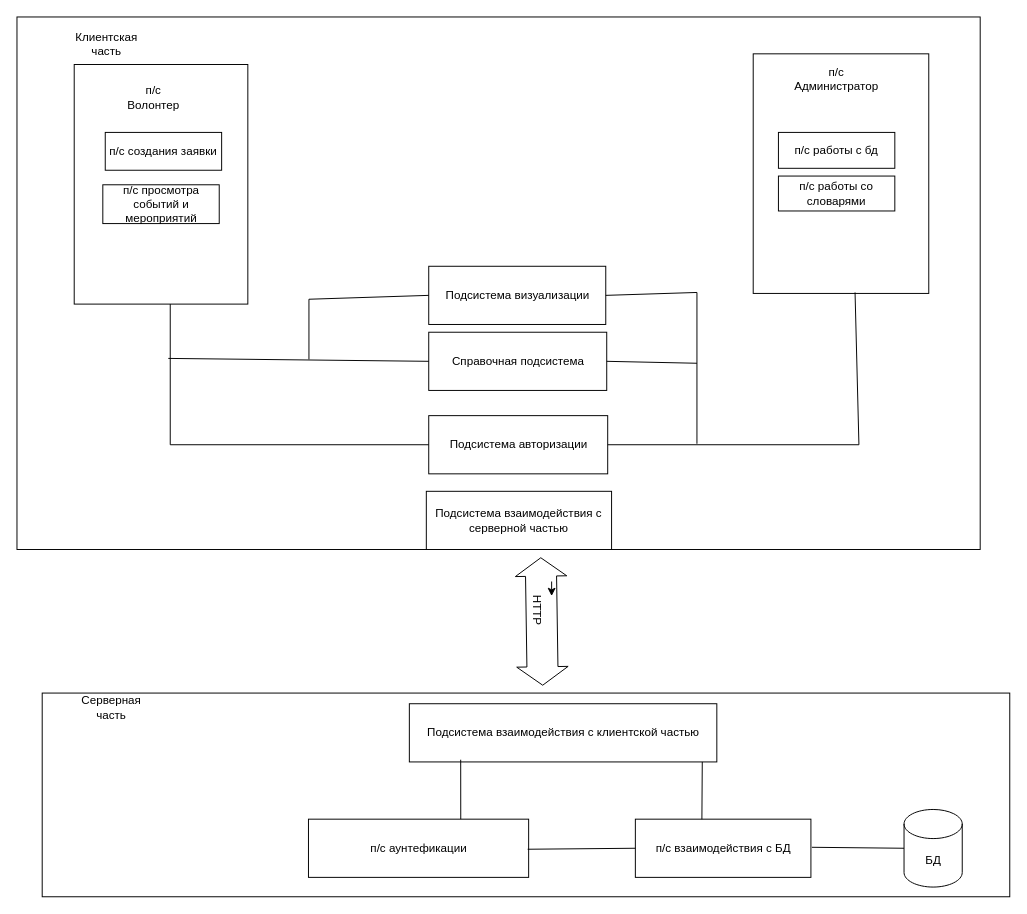
Earlier version of the draw.io diagram ез1.drawio (Alexander-Bankov/draw). Source tidied: cells renumbered, new cells numbered last; positions are measured from the earlier drawing's top-left corner, leaving out a move shared by most shapes. Both pictures are drawn from the tidied source at 97%, with x=0, y=0 at pixel (16, 16).
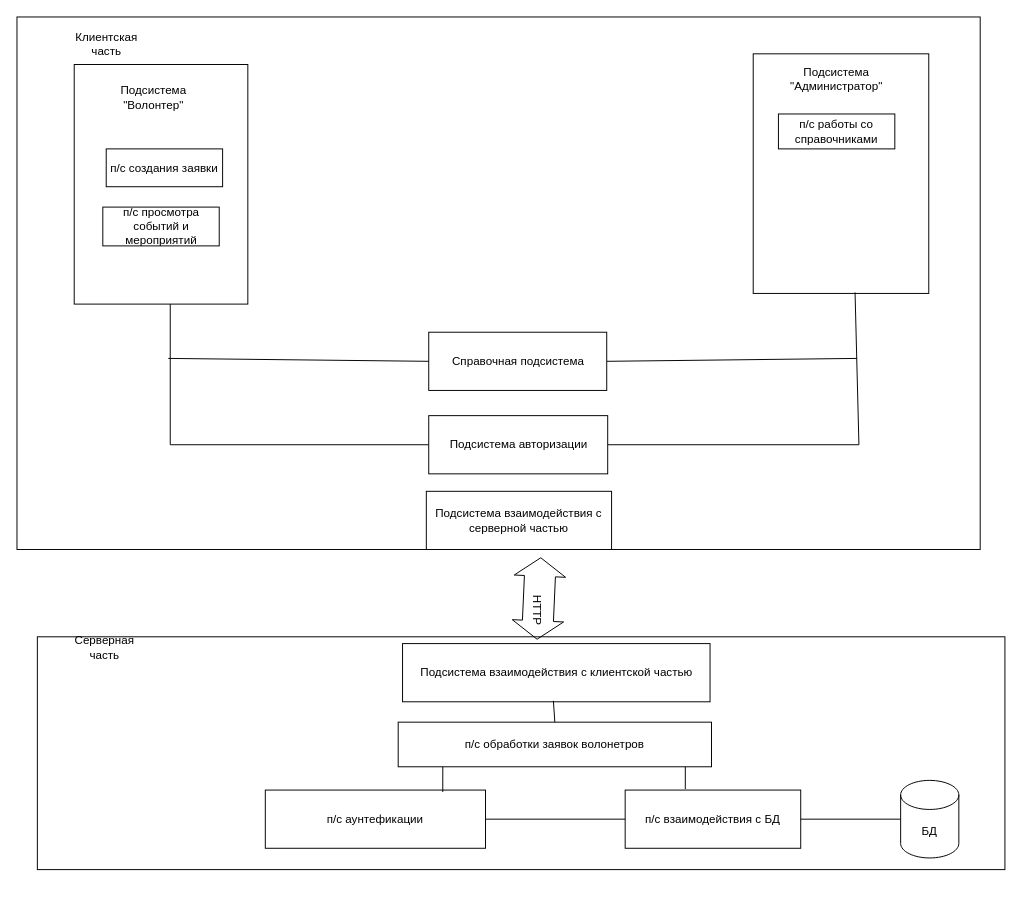
After the change.

The change refers to these unchanged cells:
```xml
<mxCell id="15" value="HTTP" style="text;html=1;align=center;verticalAlign=middle;whiteSpace=wrap;rounded=0;rotation=90;" parent="1" vertex="1">
  <mxGeometry x="506.2" y="597" width="60" height="30" as="geometry" />
</mxCell>
<mxCell id="19" value="Справочная подсистема" style="rounded=0;whiteSpace=wrap;html=1;" parent="1" vertex="1">
  <mxGeometry x="424.5" y="325" width="183.5" height="60" as="geometry" />
</mxCell>
```

Change to the diagram source:
```diff
@@
     <mxCell id="4" style="rounded=0;whiteSpace=wrap;html=1;" parent="1" vertex="1">
-      <mxGeometry x="26" y="697" width="997.5" height="210" as="geometry" />
+      <mxGeometry x="21" y="639" width="997.5" height="240" as="geometry" />
     </mxCell>
     <mxCell id="5" value="Серверная часть" style="text;html=1;align=center;verticalAlign=middle;whiteSpace=wrap;rounded=0;" parent="1" vertex="1">
-      <mxGeometry x="56.5" y="697" width="81" height="30" as="geometry" />
+      <mxGeometry x="49.5" y="635" width="81" height="30" as="geometry" />
     </mxCell>
     <mxCell id="6" value="Подсистема взаимодействия с клиентской частью" style="rounded=0;whiteSpace=wrap;html=1;" parent="1" vertex="1">
-      <mxGeometry x="404.5" y="708" width="317" height="60" as="geometry" />
+      <mxGeometry x="397.5" y="646" width="317" height="60" as="geometry" />
     </mxCell>
     <mxCell id="7" value="БД" style="shape=cylinder3;whiteSpace=wrap;html=1;boundedLbl=1;backgroundOutline=1;size=15;" parent="1" vertex="1">
-      <mxGeometry x="914.5" y="817" width="60" height="80" as="geometry" />
+      <mxGeometry x="911" y="787" width="60" height="80" as="geometry" />
     </mxCell>
     <mxCell id="8" value="п/с аунтефикации" style="rounded=0;whiteSpace=wrap;html=1;" parent="1" vertex="1">
-      <mxGeometry x="300.5" y="827" width="227" height="60" as="geometry" />
+      <mxGeometry x="256" y="797" width="227" height="60" as="geometry" />
     </mxCell>
     <mxCell id="9" value="п/с взаимодействия с БД" style="rounded=0;whiteSpace=wrap;html=1;" parent="1" vertex="1">
-      <mxGeometry x="637.5" y="827" width="181" height="60" as="geometry" />
+      <mxGeometry x="627" y="797" width="181" height="60" as="geometry" />
     </mxCell>
-    <mxCell id="10" style="endArrow=none;html=1;rounded=0;entryX=0;entryY=0.5;entryDx=0;entryDy=0;" parent="1" edge="1" target="9">
-      <mxGeometry relative="1" as="geometry">
-        <mxPoint x="526.5" y="858" as="sourcePoint" />
-      </mxGeometry>
+    <mxCell id="10" style="endArrow=none;html=1;rounded=0;entryX=0;entryY=0.5;entryDx=0;entryDy=0;exitX=1;exitY=0.5;exitDx=0;exitDy=0;" parent="1" edge="1" source="8" target="9">
+      <mxGeometry relative="1" as="geometry" />
     </mxCell>
-    <mxCell id="11" style="endArrow=none;html=1;rounded=0;entryX=0;entryY=0.5;entryDx=0;entryDy=0;entryPerimeter=0;" parent="1" edge="1" target="7">
-      <mxGeometry relative="1" as="geometry">
-        <mxPoint x="819.5" y="856" as="sourcePoint" />
-      </mxGeometry>
+    <mxCell id="11" style="endArrow=none;html=1;rounded=0;entryX=0;entryY=0.5;entryDx=0;entryDy=0;entryPerimeter=0;" parent="1" edge="1" source="9" target="7">
+      <mxGeometry relative="1" as="geometry" />
     </mxCell>
-    <mxCell id="12" style="endArrow=none;html=1;rounded=0;entryX=0.167;entryY=0.962;entryDx=0;entryDy=0;entryPerimeter=0;" parent="1" edge="1" target="6">
-      <mxGeometry relative="1" as="geometry">
-        <mxPoint x="457.5" y="827" as="sourcePoint" />
-      </mxGeometry>
-    </mxCell>
-    <mxCell id="13" style="endArrow=none;html=1;rounded=0;exitX=0.379;exitY=0.002;exitDx=0;exitDy=0;exitPerimeter=0;" parent="1" edge="1" source="9">
-      <mxGeometry relative="1" as="geometry">
-        <mxPoint x="706.5" y="768" as="targetPoint" />
-      </mxGeometry>
-    </mxCell>
-    <mxCell id="14" style="shape=flexArrow;endArrow=classic;startArrow=classic;html=1;rounded=0;exitX=0.516;exitY=0.02;exitDx=0;exitDy=0;exitPerimeter=0;width=32;" parent="1" edge="1">
+    <mxCell id="14" style="shape=flexArrow;endArrow=classic;startArrow=classic;html=1;rounded=0;exitX=1;exitY=0.5;exitDx=0;exitDy=0;width=32;" parent="1" edge="1" source="15">
       <mxGeometry relative="1" as="geometry">
-        <mxPoint x="542" y="689.4" as="sourcePoint" />
         <mxPoint x="540" y="557" as="targetPoint" />
       </mxGeometry>
     </mxCell>
@@
-    <mxCell id="16" style="edgeStyle=orthogonalEdgeStyle;rounded=0;orthogonalLoop=1;jettySize=auto;html=1;exitX=0;exitY=0;exitDx=0;exitDy=0;entryX=0.25;entryY=0;entryDx=0;entryDy=0;" parent="1" edge="1" source="15" target="15">
-      <mxGeometry relative="1" as="geometry" />
-    </mxCell>
-    <mxCell id="17" value="Подсистема визуализации" style="rounded=0;whiteSpace=wrap;html=1;" parent="1" vertex="1">
-      <mxGeometry x="424.5" y="257" width="182.5" height="60" as="geometry" />
-    </mxCell>
@@
+    <mxCell id="29" value="п/с работы с бд" style="rounded=0;whiteSpace=wrap;html=1;" parent="1" vertex="1">
+      <mxGeometry x="785" y="119" width="120" height="37" as="geometry" />
+    </mxCell>
+    <mxCell id="32" style="endArrow=none;html=1;rounded=0;exitX=1;exitY=0.5;exitDx=0;exitDy=0;" parent="1" edge="1" source="19">
+      <mxGeometry relative="1" as="geometry">
+        <mxPoint x="866" y="352" as="targetPoint" />
+      </mxGeometry>
+    </mxCell>
@@
-    <mxCell id="22" value="п/с Администратор" style="text;html=1;align=center;verticalAlign=middle;whiteSpace=wrap;rounded=0;" parent="1" vertex="1">
+    <mxCell id="22" value="Подсистема &quot;Администратор&quot;" style="text;html=1;align=center;verticalAlign=middle;whiteSpace=wrap;rounded=0;" parent="1" vertex="1">
       <mxGeometry x="815" y="49" width="60" height="30" as="geometry" />
     </mxCell>
@@
-    <mxCell id="24" value="п/с Волонтер" style="text;html=1;align=center;verticalAlign=middle;whiteSpace=wrap;rounded=0;" parent="1" vertex="1">
+    <mxCell id="24" value="Подсистема &quot;Волонтер&quot;" style="text;html=1;align=center;verticalAlign=middle;whiteSpace=wrap;rounded=0;" parent="1" vertex="1">
       <mxGeometry x="111" y="68" width="60" height="30" as="geometry" />
     </mxCell>
     <mxCell id="25" value="п/с создания заявки" style="rounded=0;whiteSpace=wrap;html=1;" parent="1" vertex="1">
-      <mxGeometry x="91" y="119" width="120" height="39" as="geometry" />
+      <mxGeometry x="92" y="136" width="120" height="39" as="geometry" />
     </mxCell>
@@
-    <mxCell id="28" style="endArrow=none;html=1;rounded=0;entryX=0;entryY=0.5;entryDx=0;entryDy=0;" parent="1" edge="1" target="17">
-      <mxGeometry relative="1" as="geometry">
-        <mxPoint x="301" y="353" as="sourcePoint" />
-        <Array as="points">
-          <mxPoint x="301" y="291" />
-        </Array>
-      </mxGeometry>
-    </mxCell>
-    <mxCell id="29" value="п/с работы с бд" style="rounded=0;whiteSpace=wrap;html=1;" parent="1" vertex="1">
-      <mxGeometry x="785" y="119" width="120" height="37" as="geometry" />
-    </mxCell>
@@
-    <mxCell id="31" style="endArrow=none;html=1;rounded=0;entryX=1;entryY=0.5;entryDx=0;entryDy=0;" parent="1" edge="1" target="17">
-      <mxGeometry relative="1" as="geometry">
-        <mxPoint x="701" y="440" as="sourcePoint" />
-        <Array as="points">
-          <mxPoint x="701" y="284" />
-        </Array>
-      </mxGeometry>
-    </mxCell>
-    <mxCell id="32" style="endArrow=none;html=1;rounded=0;exitX=1;exitY=0.5;exitDx=0;exitDy=0;" parent="1" edge="1" source="19">
-      <mxGeometry relative="1" as="geometry">
-        <mxPoint x="701" y="357" as="targetPoint" />
-      </mxGeometry>
-    </mxCell>
-    <mxCell id="33" value="п/с работы со словарями" style="rounded=0;whiteSpace=wrap;html=1;" parent="1" vertex="1">
-      <mxGeometry x="785" y="164" width="120" height="36" as="geometry" />
+    <mxCell id="33" value="п/с работы со справочниками" style="rounded=0;whiteSpace=wrap;html=1;" parent="1" vertex="1">
+      <mxGeometry x="785" y="100" width="120" height="36" as="geometry" />
     </mxCell>
     <mxCell id="34" value="п/с просмотра событий и мероприятий" style="rounded=0;whiteSpace=wrap;html=1;" parent="1" vertex="1">
-      <mxGeometry x="88.5" y="173" width="120" height="40" as="geometry" />
+      <mxGeometry x="88.5" y="196" width="120" height="40" as="geometry" />
     </mxCell>
+    <mxCell id="35" value="п/с обработки заявок волонетров" style="rounded=0;whiteSpace=wrap;html=1;" parent="1" vertex="1">
+      <mxGeometry x="393" y="727" width="323" height="46" as="geometry" />
+    </mxCell>
+    <mxCell id="36" style="endArrow=none;html=1;rounded=0;exitX=0.806;exitY=0.033;exitDx=0;exitDy=0;exitPerimeter=0;" parent="1" edge="1" source="8">
+      <mxGeometry relative="1" as="geometry">
+        <mxPoint x="439" y="773" as="targetPoint" />
+      </mxGeometry>
+    </mxCell>
+    <mxCell id="37" style="endArrow=none;html=1;rounded=0;exitX=0.5;exitY=0;exitDx=0;exitDy=0;" parent="1" edge="1" source="35">
+      <mxGeometry relative="1" as="geometry">
+        <mxPoint x="553" y="705" as="targetPoint" />
+      </mxGeometry>
+    </mxCell>
+    <mxCell id="38" style="endArrow=none;html=1;rounded=0;" parent="1" edge="1">
+      <mxGeometry relative="1" as="geometry">
+        <mxPoint x="689" y="796" as="sourcePoint" />
+        <mxPoint x="689" y="773" as="targetPoint" />
+      </mxGeometry>
+    </mxCell>
```
